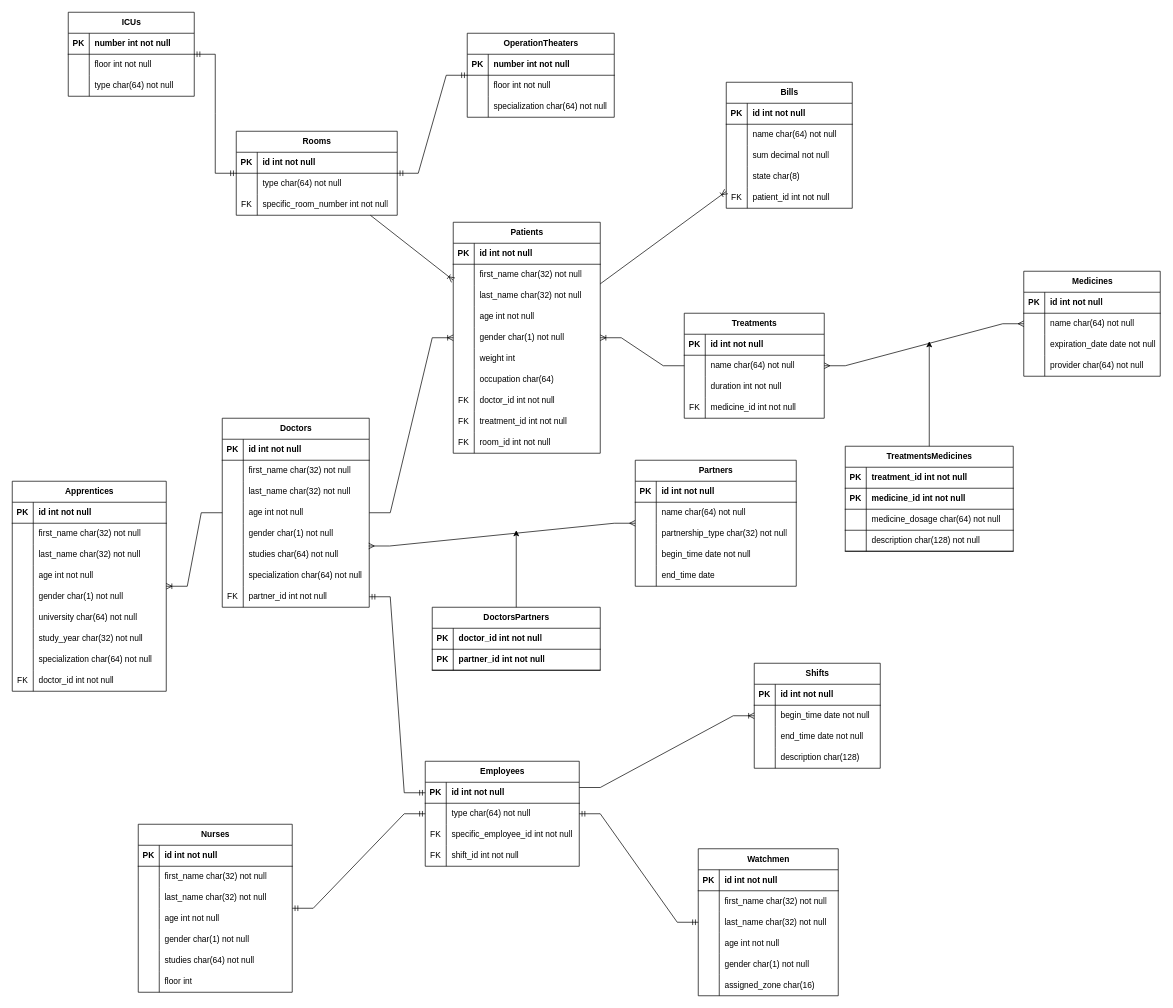
Before: relational_model.drawio in SimonMaracine/hospital-database-project, a draw.io diagram. Source tidied: cells renumbered, new cells numbered last; positions are measured from the earlier drawing's top-left corner, leaving out a move shared by most shapes. Both pictures are drawn from the tidied source at 70%, with x=0, y=0 at pixel (12, 12).
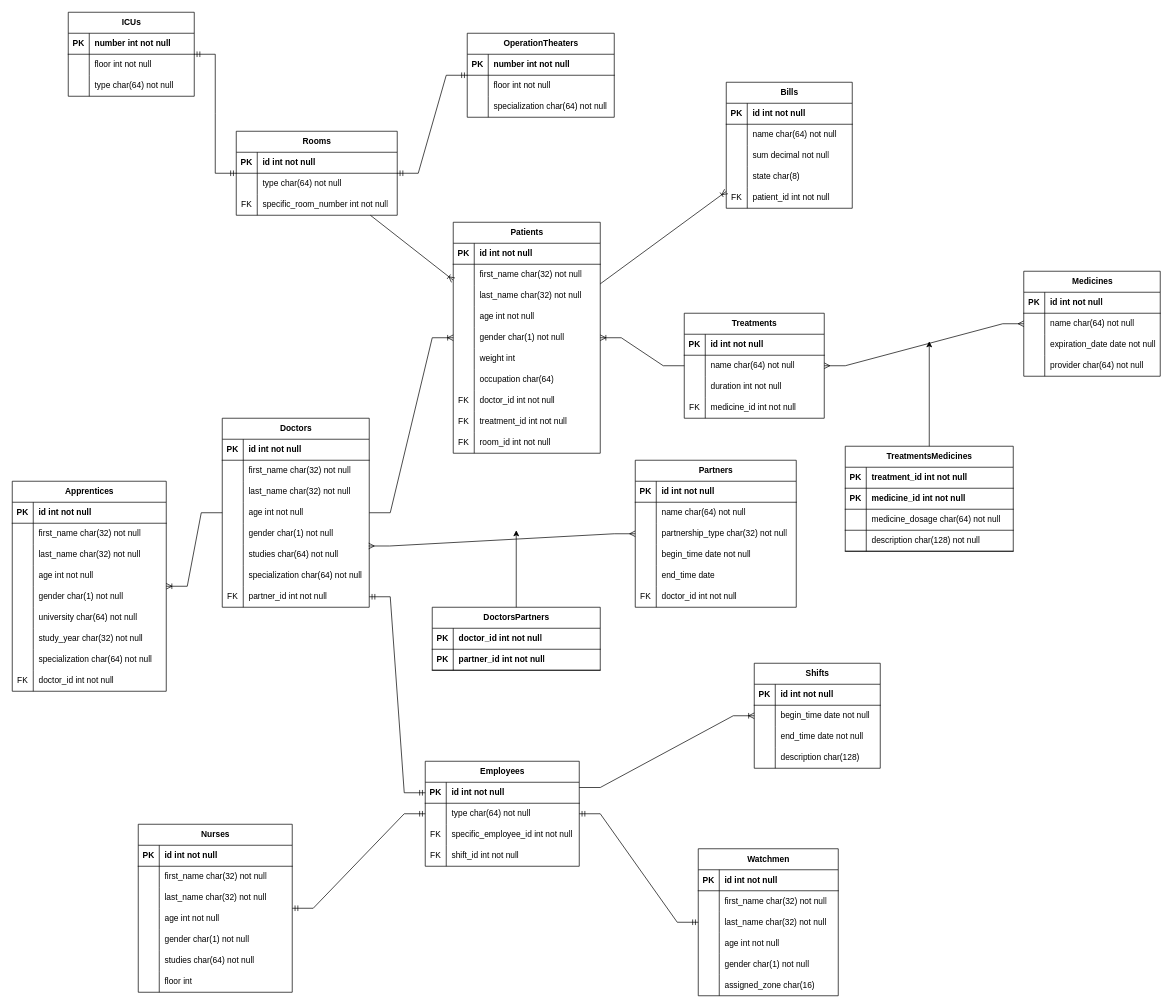
The same diagram, later.

Diff of the diagram source:
```diff
@@
     <mxCell id="76" value="Partners" style="shape=table;startSize=30;childLayout=tableLayout;rowLines=0;fontStyle=1;align=center;html=1;" parent="1" vertex="1">
-      <mxGeometry x="890" y="640" width="230" height="180" as="geometry" />
+      <mxGeometry x="890" y="640" width="230" height="210" as="geometry" />
     </mxCell>
@@
+    <mxCell id="276" style="shape=tableRow;horizontal=0;startSize=0;swimlaneHead=0;swimlaneBody=0;fillColor=none;top=0;left=0;right=0;bottom=0;" parent="76" vertex="1">
+      <mxGeometry y="150" width="230" height="30" as="geometry" />
+    </mxCell>
+    <mxCell id="277" style="shape=partialRectangle;fillColor=none;top=0;left=0;bottom=0;right=0;overflow=hidden;whiteSpace=wrap;html=1;" parent="276" vertex="1">
+      <mxGeometry width="30" height="30" as="geometry" />
+    </mxCell>
+    <mxCell id="278" value="end_time date" style="shape=partialRectangle;fillColor=none;top=0;left=0;bottom=0;right=0;align=left;spacingLeft=6;overflow=hidden;whiteSpace=wrap;html=1;" parent="276" vertex="1">
+      <mxGeometry x="30" width="200" height="30" as="geometry" />
+    </mxCell>
     <mxCell id="89" style="shape=tableRow;horizontal=0;startSize=0;swimlaneHead=0;swimlaneBody=0;fillColor=none;top=0;left=0;right=0;bottom=0;" parent="76" vertex="1">
-      <mxGeometry y="150" width="230" height="30" as="geometry" />
+      <mxGeometry y="180" width="230" height="30" as="geometry" />
     </mxCell>
-    <mxCell id="90" style="shape=partialRectangle;fillColor=none;top=0;left=0;bottom=0;right=0;overflow=hidden;whiteSpace=wrap;html=1;" parent="89" vertex="1">
+    <mxCell id="90" value="FK" style="shape=partialRectangle;fillColor=none;top=0;left=0;bottom=0;right=0;overflow=hidden;whiteSpace=wrap;html=1;" parent="89" vertex="1">
       <mxGeometry width="30" height="30" as="geometry" />
     </mxCell>
-    <mxCell id="91" value="end_time date" style="shape=partialRectangle;fillColor=none;top=0;left=0;bottom=0;right=0;align=left;spacingLeft=6;overflow=hidden;whiteSpace=wrap;html=1;" parent="89" vertex="1">
+    <mxCell id="91" value="doctor_id int not null" style="shape=partialRectangle;fillColor=none;top=0;left=0;bottom=0;right=0;align=left;spacingLeft=6;overflow=hidden;whiteSpace=wrap;html=1;" parent="89" vertex="1">
       <mxGeometry x="30" width="200" height="30" as="geometry" />
     </mxCell>
```
